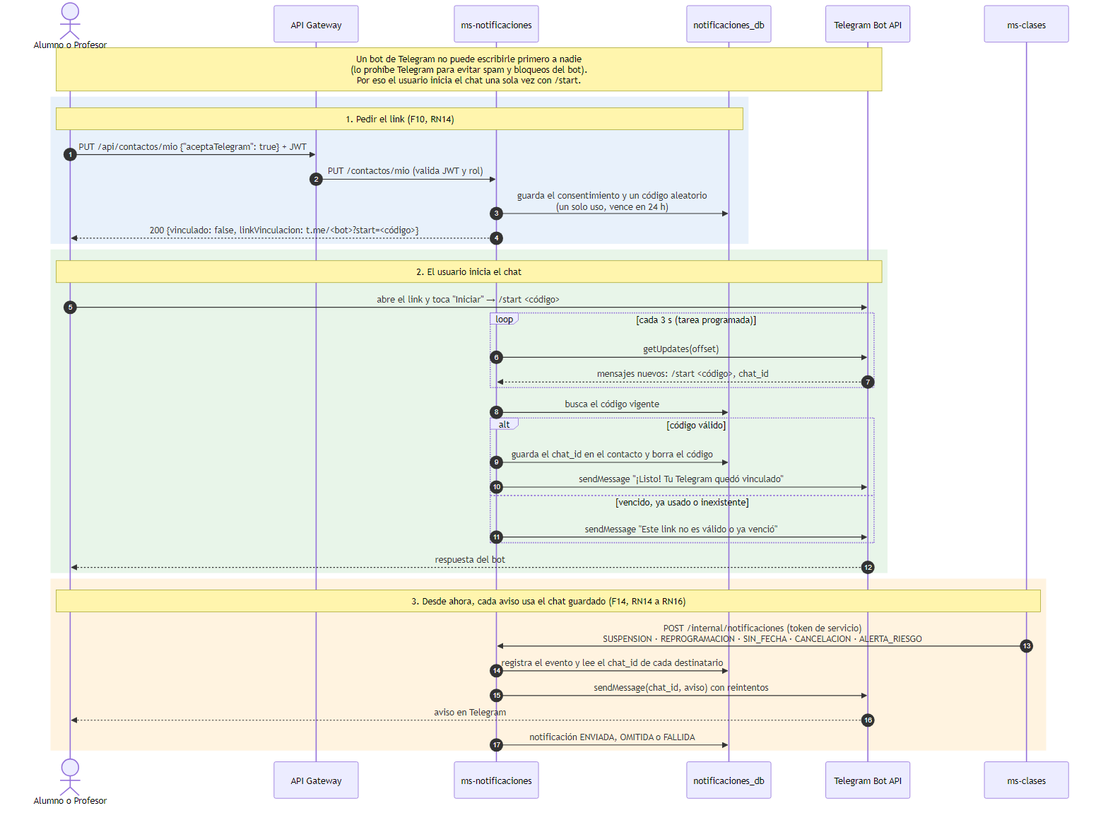
This is docs/diagramas/vinculacion-telegram.png from tomy91449/climafit, a Mermaid export, as it was before one commit. Its source is kept beside it as docs/diagramas/vinculacion-telegram.mmd. The source it was exported from:
```mermaid
sequenceDiagram
  autonumber
  actor U as Alumno o Profesor
  participant GW as API Gateway
  participant N as ms-notificaciones
  participant DB as notificaciones_db
  participant T as Telegram Bot API
  participant C as ms-clases

  Note over U,T: Un bot de Telegram no puede escribirle primero a nadie<br/>(lo prohíbe Telegram para evitar spam y bloqueos del bot).<br/>Por eso el usuario inicia el chat una sola vez con /start.

  rect rgb(232, 241, 251)
    Note over U,DB: 1. Pedir el link (F10, RN14)
    U->>GW: PUT /api/contactos/mio {"aceptaTelegram": true} + JWT
    GW->>N: PUT /contactos/mio (valida JWT y rol)
    N->>DB: guarda el consentimiento y un código aleatorio<br/>(un solo uso, vence en 24 h)
    N-->>U: 200 {vinculado: false, linkVinculacion: t.me/#lt;bot#gt;?start=#lt;código#gt;}
  end

  rect rgb(232, 245, 233)
    Note over U,T: 2. El usuario inicia el chat
    U->>T: abre el link y toca "Iniciar" → /start #lt;código#gt;
    loop cada 3 s (tarea programada)
      N->>T: getUpdates(offset)
      T-->>N: mensajes nuevos: /start #lt;código#gt;, chat_id
    end
    N->>DB: busca el código vigente
    alt código válido
      N->>DB: guarda el chat_id en el contacto y borra el código
      N->>T: sendMessage "¡Listo! Tu Telegram quedó vinculado"
    else vencido, ya usado o inexistente
      N->>T: sendMessage "Este link no es válido o ya venció"
    end
    T-->>U: respuesta del bot
  end

  rect rgb(255, 243, 224)
    Note over U,C: 3. Desde ahora, cada aviso usa el chat guardado (F14, RN14 a RN16)
    C->>N: POST /internal/notificaciones (token de servicio)<br/>SUSPENSION · REPROGRAMACION · SIN_FECHA · CANCELACION · ALERTA_RIESGO
    N->>DB: registra el evento y lee el chat_id de cada destinatario
    N->>T: sendMessage(chat_id, aviso) con reintentos
    T-->>U: aviso en Telegram
    N->>DB: notificación ENVIADA, OMITIDA o FALLIDA
  end
```
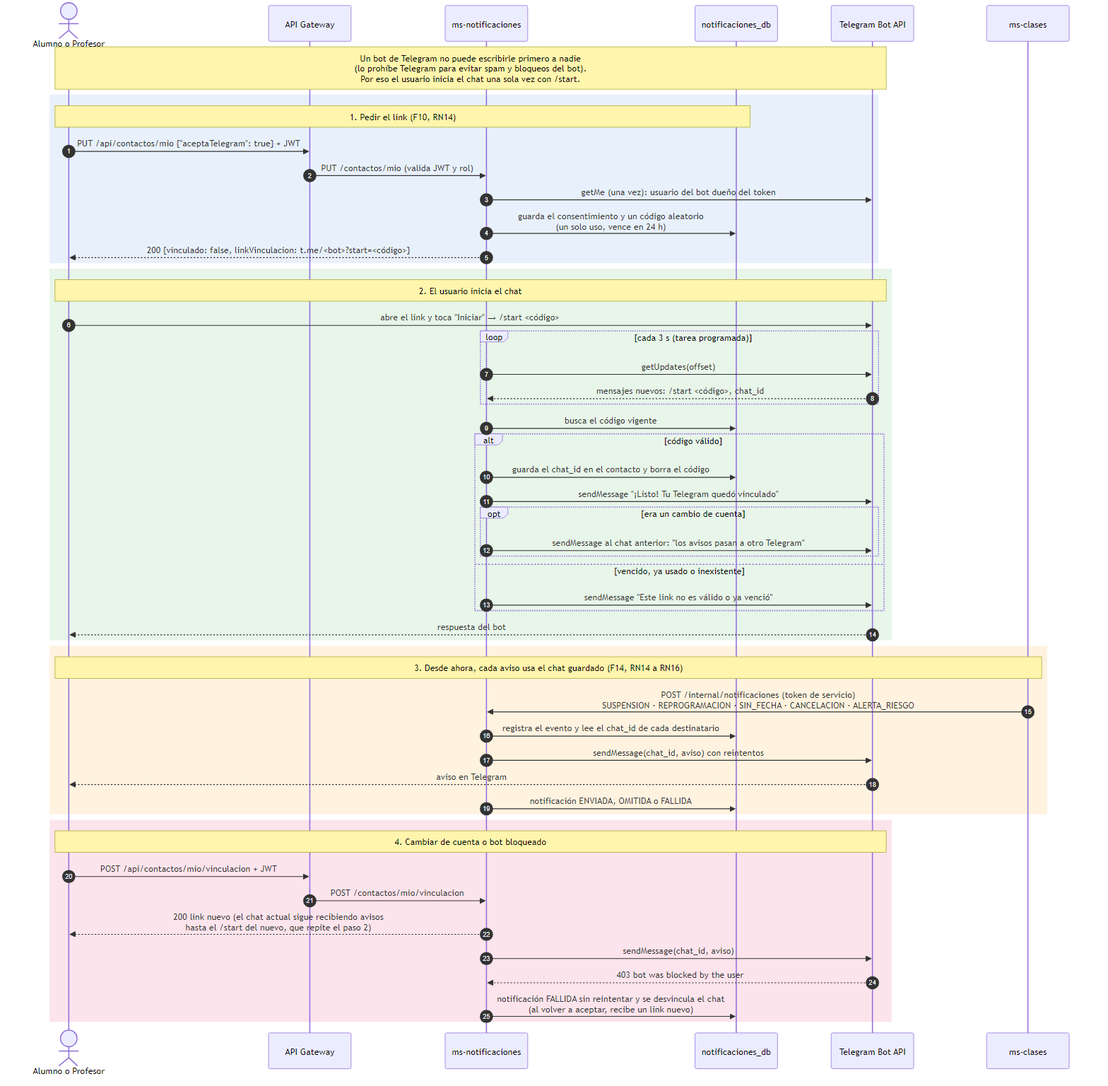
The same file after the commit.

Diff of the diagram source:
```diff
@@ -13,6 +13,7 @@
     Note over U,DB: 1. Pedir el link (F10, RN14)
     U->>GW: PUT /api/contactos/mio {"aceptaTelegram": true} + JWT
     GW->>N: PUT /contactos/mio (valida JWT y rol)
+    N->>T: getMe (una vez): usuario del bot dueño del token
     N->>DB: guarda el consentimiento y un código aleatorio<br/>(un solo uso, vence en 24 h)
     N-->>U: 200 {vinculado: false, linkVinculacion: t.me/#lt;bot#gt;?start=#lt;código#gt;}
   end
@@ -28,6 +29,9 @@
     alt código válido
       N->>DB: guarda el chat_id en el contacto y borra el código
       N->>T: sendMessage "¡Listo! Tu Telegram quedó vinculado"
+      opt era un cambio de cuenta
+        N->>T: sendMessage al chat anterior: "los avisos pasan a otro Telegram"
+      end
     else vencido, ya usado o inexistente
       N->>T: sendMessage "Este link no es válido o ya venció"
     end
@@ -42,3 +46,13 @@
     T-->>U: aviso en Telegram
     N->>DB: notificación ENVIADA, OMITIDA o FALLIDA
   end
+
+  rect rgb(252, 228, 236)
+    Note over U,T: 4. Cambiar de cuenta o bot bloqueado
+    U->>GW: POST /api/contactos/mio/vinculacion + JWT
+    GW->>N: POST /contactos/mio/vinculacion
+    N-->>U: 200 link nuevo (el chat actual sigue recibiendo avisos<br/>hasta el /start del nuevo, que repite el paso 2)
+    N->>T: sendMessage(chat_id, aviso)
+    T-->>N: 403 bot was blocked by the user
+    N->>DB: notificación FALLIDA sin reintentar y se desvincula el chat<br/>(al volver a aceptar, recibe un link nuevo)
+  end
```
